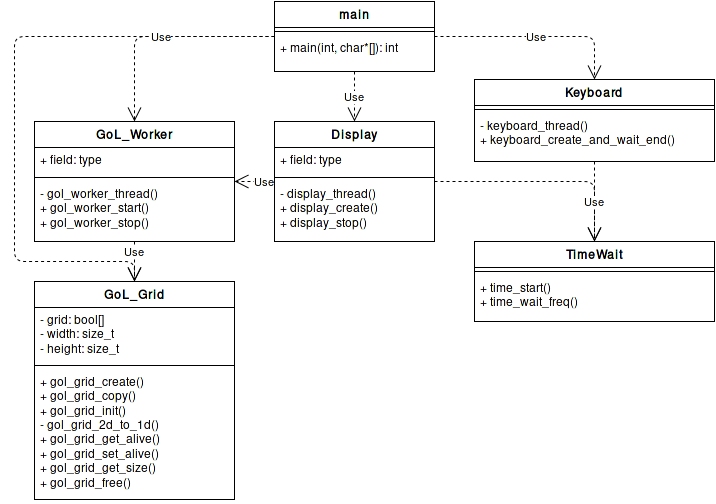
Before: report/img/gol_modules.png, a diagram exported from draw.io (claudiosousa/game-of-life). Source tidied: cells renumbered, new cells last; positions are measured from the earlier drawing's top-left corner, leaving out a move shared by most shapes.
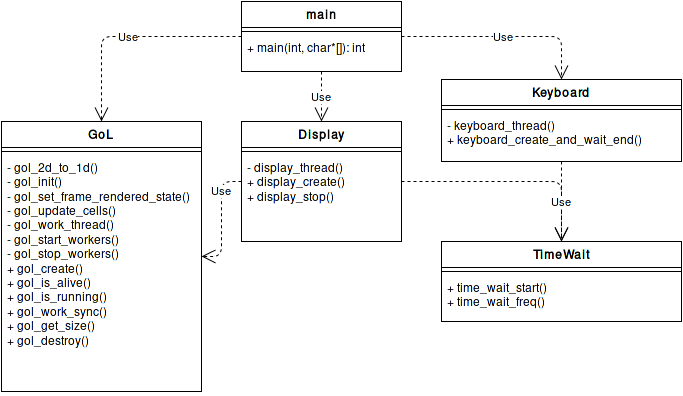
The same file after the commit.

The edit, as a diff of the source:
```diff
@@ -26,45 +26,18 @@
     <mxCell id="9" style="line;html=1;strokeWidth=1;fillColor=none;align=left;verticalAlign=middle;spacingTop=-1;spacingLeft=3;spacingRight=3;labelPosition=right;" parent="8" vertex="1">
       <mxGeometry y="26" width="240" height="8" as="geometry" />
     </mxCell>
-    <mxCell id="10" value="+ time_start()&lt;br&gt;+ time_wait_freq()&lt;br&gt;" style="text;html=1;strokeColor=none;fillColor=none;align=left;verticalAlign=top;spacingLeft=4;spacingRight=4;whiteSpace=wrap;overflow=hidden;" parent="8" vertex="1">
+    <mxCell id="10" value="+ time_wait_start()&lt;br&gt;+ time_wait_freq()&lt;br&gt;" style="text;html=1;strokeColor=none;fillColor=none;align=left;verticalAlign=top;spacingLeft=4;spacingRight=4;whiteSpace=wrap;overflow=hidden;" parent="8" vertex="1">
       <mxGeometry y="34" width="240" height="46" as="geometry" />
     </mxCell>
     <mxCell id="11" value="Display" style="swimlane;html=1;fontStyle=1;align=center;verticalAlign=top;horizontal=1;startSize=26;swimlaneFillColor=#ffffff;" parent="1" vertex="1">
       <mxGeometry x="260" y="120" width="160" height="120" as="geometry" />
     </mxCell>
-    <mxCell id="12" value="+ field: type" style="text;html=1;strokeColor=none;fillColor=none;align=left;verticalAlign=top;spacingLeft=4;spacingRight=4;whiteSpace=wrap;overflow=hidden;" parent="11" vertex="1">
-      <mxGeometry y="26" width="160" height="26" as="geometry" />
-    </mxCell>
     <mxCell id="13" style="line;html=1;strokeWidth=1;fillColor=none;align=left;verticalAlign=middle;spacingTop=-1;spacingLeft=3;spacingRight=3;labelPosition=right;" parent="11" vertex="1">
-      <mxGeometry y="52" width="160" height="8" as="geometry" />
+      <mxGeometry y="26" width="160" height="8" as="geometry" />
     </mxCell>
     <mxCell id="14" value="- display_thread()&lt;br&gt;+ display_create()&lt;br&gt;+ display_stop()" style="text;html=1;strokeColor=none;fillColor=none;align=left;verticalAlign=top;spacingLeft=4;spacingRight=4;whiteSpace=wrap;overflow=hidden;" parent="11" vertex="1">
-      <mxGeometry y="60" width="160" height="60" as="geometry" />
+      <mxGeometry y="34" width="160" height="60" as="geometry" />
     </mxCell>
-    <mxCell id="15" value="GoL_Worker" style="swimlane;html=1;fontStyle=1;align=center;verticalAlign=top;horizontal=1;startSize=26;swimlaneFillColor=#ffffff;" parent="1" vertex="1">
-      <mxGeometry x="20" y="120" width="200" height="120" as="geometry" />
-    </mxCell>
-    <mxCell id="16" value="+ field: type" style="text;html=1;strokeColor=none;fillColor=none;align=left;verticalAlign=top;spacingLeft=4;spacingRight=4;whiteSpace=wrap;overflow=hidden;" parent="15" vertex="1">
-      <mxGeometry y="26" width="200" height="26" as="geometry" />
-    </mxCell>
-    <mxCell id="17" style="line;html=1;strokeWidth=1;fillColor=none;align=left;verticalAlign=middle;spacingTop=-1;spacingLeft=3;spacingRight=3;labelPosition=right;" parent="15" vertex="1">
-      <mxGeometry y="52" width="200" height="8" as="geometry" />
-    </mxCell>
-    <mxCell id="18" value="- gol_worker_thread()&lt;br&gt;+ gol_worker_start()&lt;br&gt;+ gol_worker_stop()&lt;br&gt;" style="text;html=1;strokeColor=none;fillColor=none;align=left;verticalAlign=top;spacingLeft=4;spacingRight=4;whiteSpace=wrap;overflow=hidden;" parent="15" vertex="1">
-      <mxGeometry y="60" width="200" height="60" as="geometry" />
-    </mxCell>
-    <mxCell id="19" value="GoL_Grid" style="swimlane;html=1;fontStyle=1;align=center;verticalAlign=top;horizontal=1;startSize=26;swimlaneFillColor=#ffffff;" parent="1" vertex="1">
-      <mxGeometry x="20" y="280" width="200" height="218" as="geometry" />
-    </mxCell>
-    <mxCell id="20" value="- grid: bool[]&lt;br&gt;- width: size_t&lt;br&gt;- height: size_t&lt;br&gt;" style="text;html=1;strokeColor=none;fillColor=none;align=left;verticalAlign=top;spacingLeft=4;spacingRight=4;whiteSpace=wrap;overflow=hidden;" parent="19" vertex="1">
-      <mxGeometry y="26" width="200" height="54" as="geometry" />
-    </mxCell>
-    <mxCell id="21" style="line;html=1;strokeWidth=1;fillColor=none;align=left;verticalAlign=middle;spacingTop=-1;spacingLeft=3;spacingRight=3;labelPosition=right;" parent="19" vertex="1">
-      <mxGeometry y="80" width="200" height="8" as="geometry" />
-    </mxCell>
-    <mxCell id="22" value="+ gol_grid_create()&lt;br&gt;+ gol_grid_copy()&lt;br&gt;+ gol_grid_init()&lt;br&gt;- gol_grid_2d_to_1d()&lt;br&gt;+ gol_grid_get_alive()&lt;br&gt;+ gol_grid_set_alive()&lt;br&gt;+ gol_grid_get_size()&lt;br&gt;+ gol_grid_free()&lt;br&gt;" style="text;html=1;strokeColor=none;fillColor=none;align=left;verticalAlign=top;spacingLeft=4;spacingRight=4;whiteSpace=wrap;overflow=hidden;" parent="19" vertex="1">
-      <mxGeometry y="88" width="200" height="130" as="geometry" />
-    </mxCell>
     <mxCell id="23" style="endArrow=open;endSize=12;dashed=1;html=1;exitX=1;exitY=0.5;entryX=0.5;entryY=0;edgeStyle=orthogonalEdgeStyle;" parent="1" edge="1" source="11" target="8">
       <mxGeometry relative="1" as="geometry" />
     </mxCell>
@@ -81,23 +54,24 @@
         </Array>
       </mxGeometry>
     </mxCell>
-    <mxCell id="27" value="Use" style="endArrow=open;endSize=12;dashed=1;html=1;exitX=0;exitY=0.5;entryX=1;entryY=0.5;" parent="1" edge="1" source="11" target="15">
+    <mxCell id="27" value="Use" style="endArrow=open;endSize=12;dashed=1;html=1;exitX=0;exitY=0.5;entryX=1;entryY=0.5;edgeStyle=orthogonalEdgeStyle;" parent="1" edge="1" source="11" target="30">
       <mxGeometry x="-0.5" relative="1" as="geometry" />
     </mxCell>
-    <mxCell id="28" style="endArrow=open;endSize=12;dashed=1;html=1;exitX=0;exitY=0.5;entryX=0.5;entryY=0;edgeStyle=orthogonalEdgeStyle;" parent="1" edge="1" source="2" target="19">
-      <mxGeometry relative="1" as="geometry">
-        <Array as="points">
-          <mxPoint y="35" />
-          <mxPoint y="260" />
-          <mxPoint x="120" y="260" />
-        </Array>
-      </mxGeometry>
-    </mxCell>
-    <mxCell id="29" value="Use" style="endArrow=open;endSize=12;dashed=1;html=1;exitX=0;exitY=0.5;entryX=0.5;entryY=0;edgeStyle=orthogonalEdgeStyle;" parent="1" edge="1" source="2" target="15">
-      <mxGeometry relative="1" as="geometry" />
+    <mxCell id="29" value="Use" style="endArrow=open;endSize=12;dashed=1;html=1;exitX=0;exitY=0.5;edgeStyle=orthogonalEdgeStyle;entryX=0.5;entryY=0;" parent="1" edge="1" source="2" target="30">
+      <mxGeometry relative="1" as="geometry">
+        <Array as="points">
+          <mxPoint x="120" y="35" />
+        </Array>
+      </mxGeometry>
     </mxCell>
-    <mxCell id="30" value="Use" style="endArrow=open;endSize=12;dashed=1;html=1;exitX=0.5;exitY=1;entryX=0.5;entryY=0;" parent="1" edge="1" source="15" target="19">
-      <mxGeometry x="-0.5" relative="1" as="geometry" />
+    <mxCell id="30" value="GoL" style="swimlane;html=1;fontStyle=1;align=center;verticalAlign=top;horizontal=1;startSize=26;swimlaneFillColor=#ffffff;" parent="1" vertex="1">
+      <mxGeometry x="20" y="120" width="200" height="270" as="geometry" />
     </mxCell>
+    <mxCell id="31" style="line;html=1;strokeWidth=1;fillColor=none;align=left;verticalAlign=middle;spacingTop=-1;spacingLeft=3;spacingRight=3;labelPosition=right;" parent="30" vertex="1">
+      <mxGeometry y="26" width="200" height="8" as="geometry" />
+    </mxCell>
+    <mxCell id="32" value="- gol_2d_to_1d()&lt;br&gt;- gol_init()&lt;br&gt;- gol_set_frame_rendered_state()&lt;br&gt;- gol_update_cells()&lt;br&gt;- gol_work_thread()&lt;br&gt;- gol_start_workers()&lt;br&gt;- gol_stop_workers()&lt;br&gt;+ gol_create()&lt;br&gt;+ gol_is_alive()&lt;br&gt;+ gol_is_running()&lt;br&gt;+ gol_work_sync()&lt;br&gt;+ gol_get_size()&lt;br&gt;+ gol_destroy()&lt;br&gt;" style="text;html=1;strokeColor=none;fillColor=none;align=left;verticalAlign=top;spacingLeft=4;spacingRight=4;whiteSpace=wrap;overflow=hidden;" parent="30" vertex="1">
+      <mxGeometry y="34" width="200" height="236" as="geometry" />
+    </mxCell>
   </root>
 </mxGraphModel>
```
